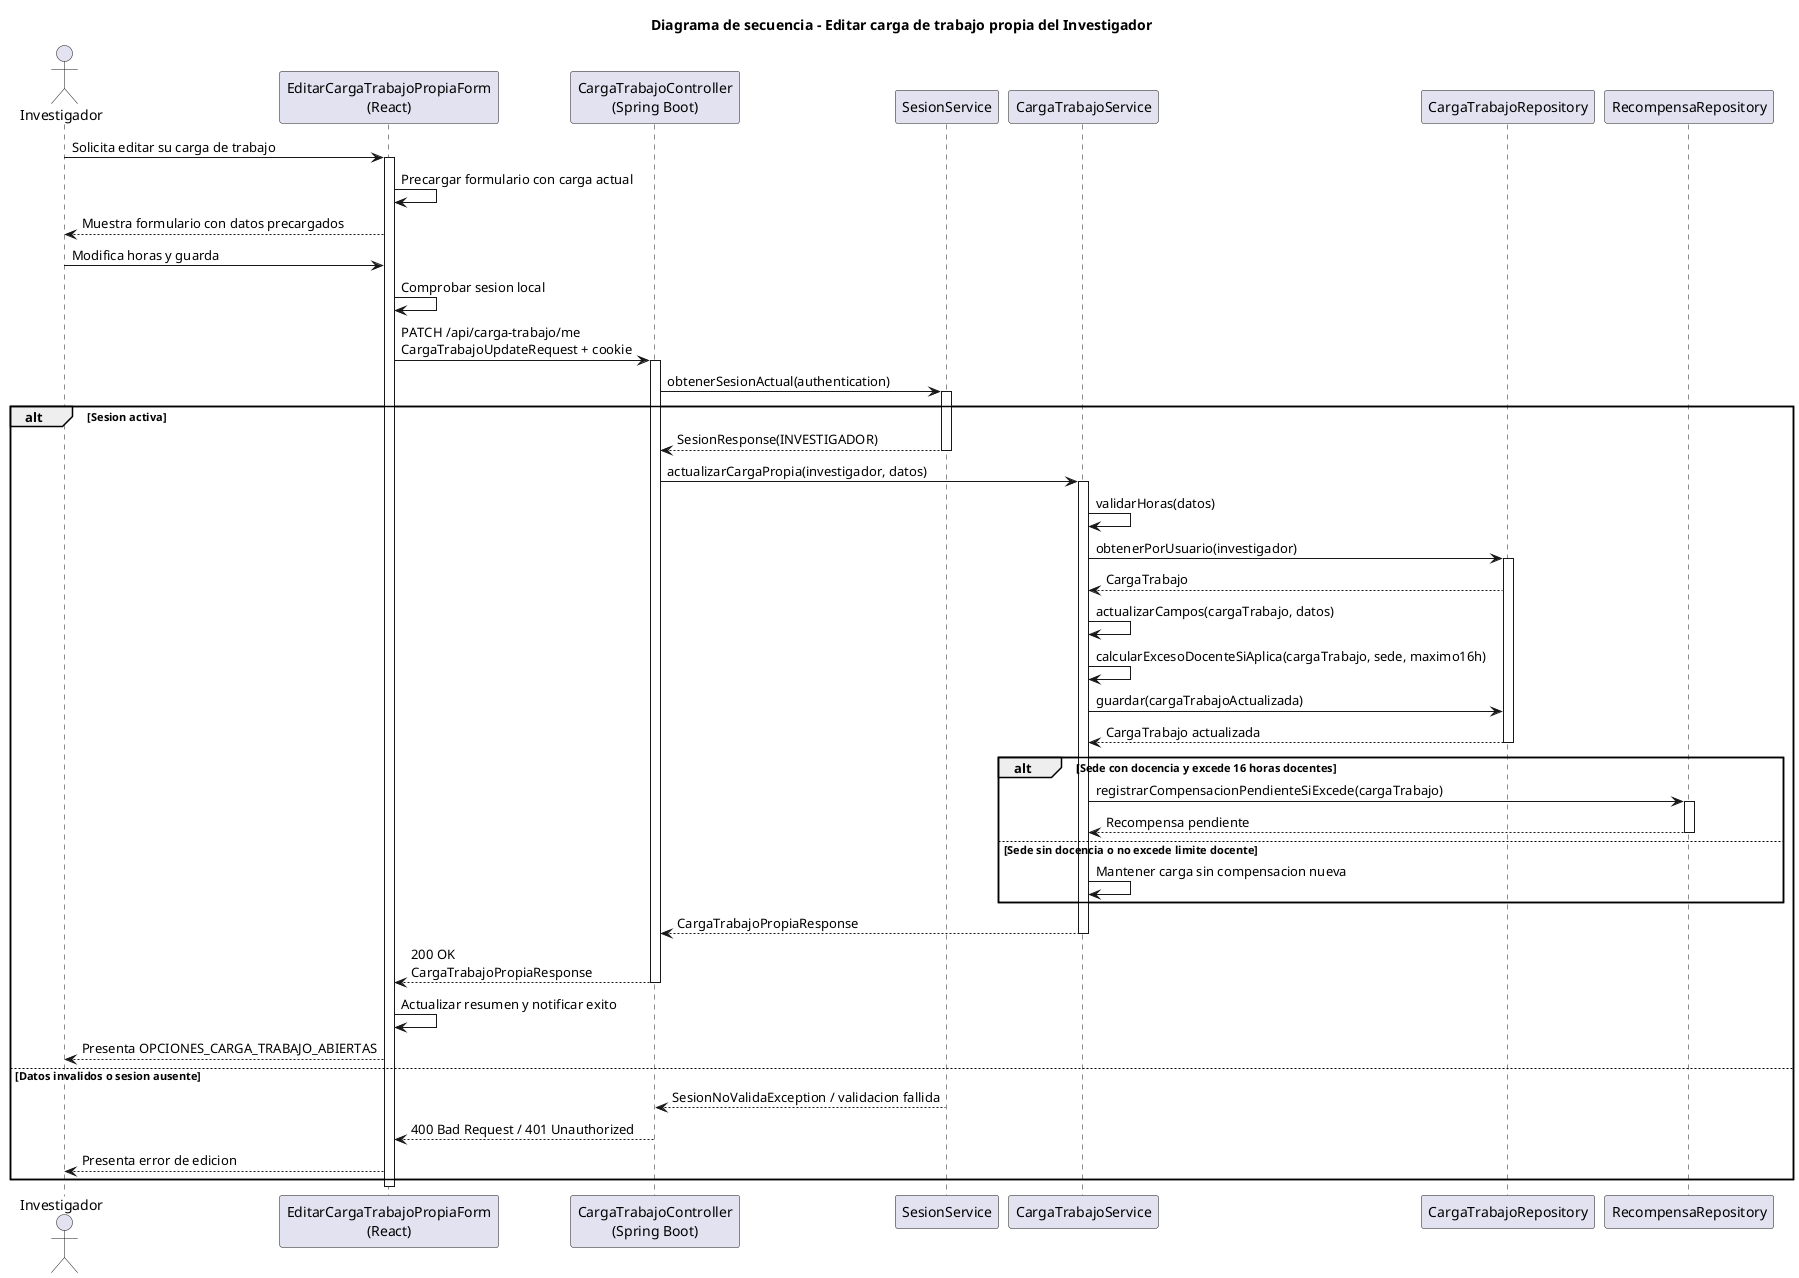
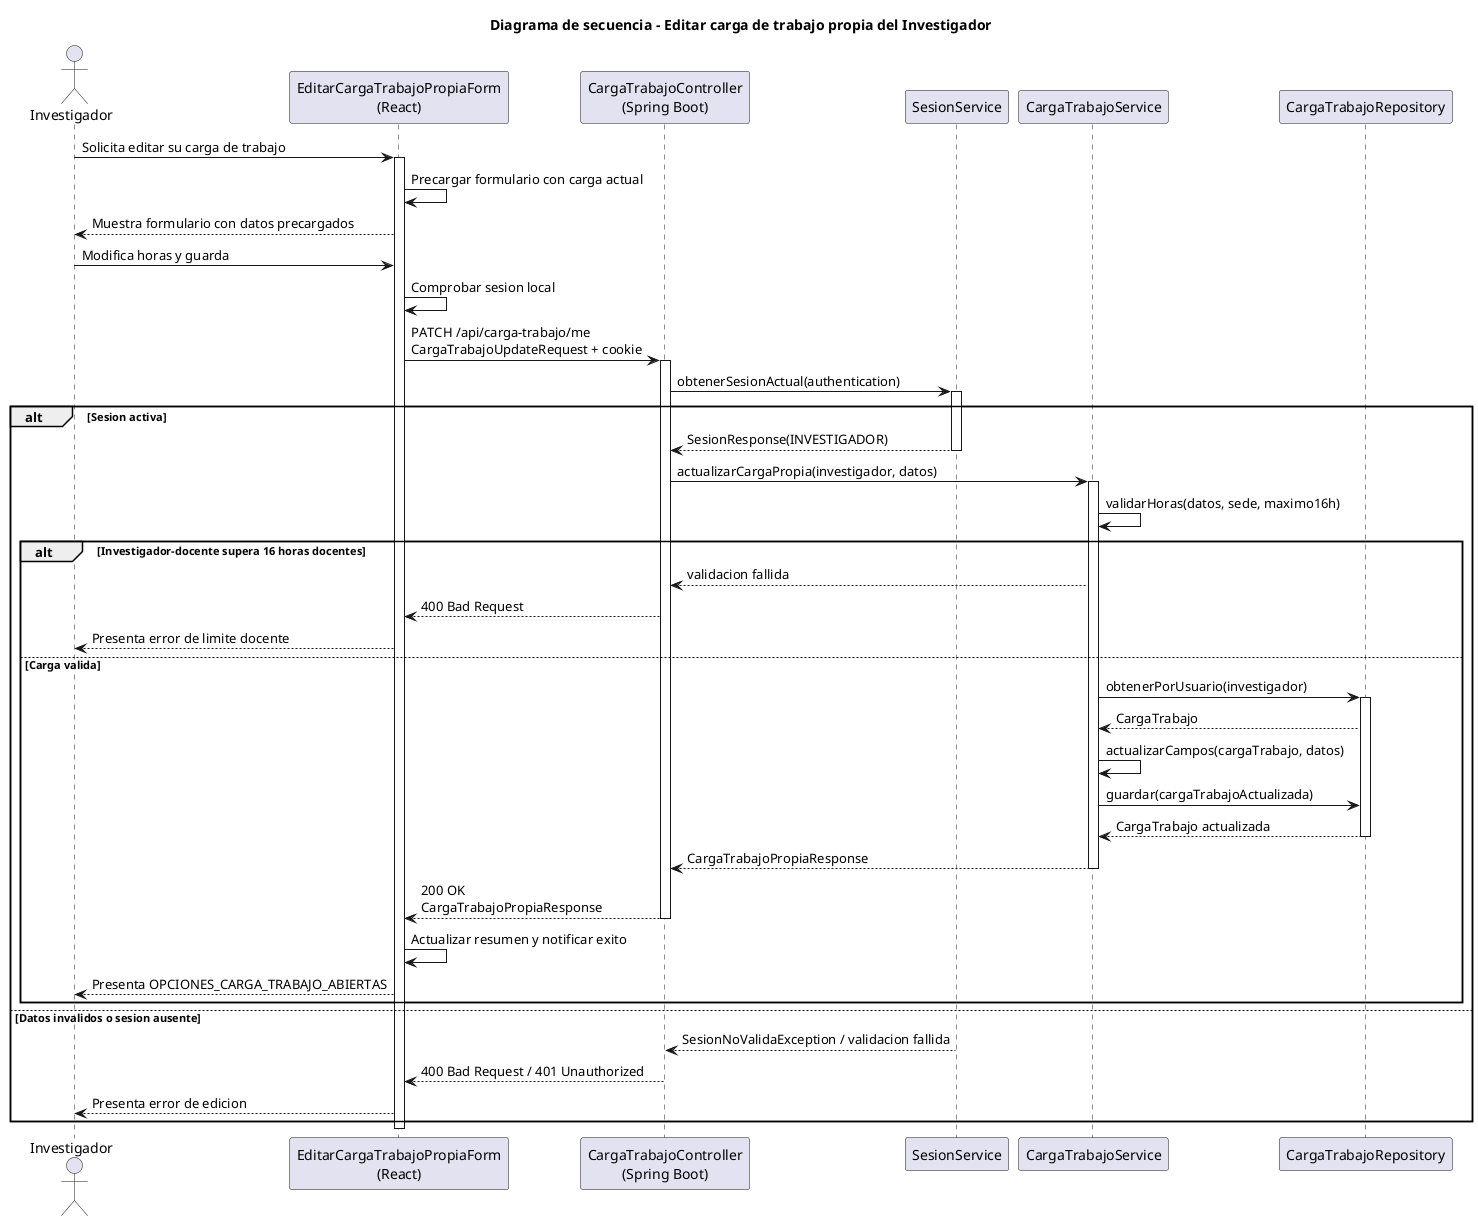
@startuml editarCargaTrabajo-investigador-diseno
title Diagrama de secuencia - Editar carga de trabajo propia del Investigador

actor Investigador
participant "EditarCargaTrabajoPropiaForm\n(React)" as Frontend
participant "CargaTrabajoController\n(Spring Boot)" as Api
participant "SesionService" as Sesion
participant "CargaTrabajoService" as Service
participant "CargaTrabajoRepository" as CargaRepo
- participant "RecompensaRepository" as RecompensaRepo

Investigador -> Frontend: Solicita editar su carga de trabajo
activate Frontend
Frontend -> Frontend: Precargar formulario con carga actual
Frontend --> Investigador: Muestra formulario con datos precargados
Investigador -> Frontend: Modifica horas y guarda
Frontend -> Frontend: Comprobar sesion local
Frontend -> Api: PATCH /api/carga-trabajo/me\nCargaTrabajoUpdateRequest + cookie
activate Api
Api -> Sesion: obtenerSesionActual(authentication)
activate Sesion
alt Sesion activa
    Sesion --> Api: SesionResponse(INVESTIGADOR)
    deactivate Sesion
    Api -> Service: actualizarCargaPropia(investigador, datos)
    activate Service
-     Service -> Service: validarHoras(datos)
-     Service -> CargaRepo: obtenerPorUsuario(investigador)
-     activate CargaRepo
-     CargaRepo --> Service: CargaTrabajo
-     Service -> Service: actualizarCampos(cargaTrabajo, datos)
-     Service -> Service: calcularExcesoDocenteSiAplica(cargaTrabajo, sede, maximo16h)
-     Service -> CargaRepo: guardar(cargaTrabajoActualizada)
-     CargaRepo --> Service: CargaTrabajo actualizada
-     deactivate CargaRepo
-     alt Sede con docencia y excede 16 horas docentes
-         Service -> RecompensaRepo: registrarCompensacionPendienteSiExcede(cargaTrabajo)
-         activate RecompensaRepo
-         RecompensaRepo --> Service: Recompensa pendiente
-         deactivate RecompensaRepo
-     else Sede sin docencia o no excede limite docente
-         Service -> Service: Mantener carga sin compensacion nueva
+     Service -> Service: validarHoras(datos, sede, maximo16h)
+     alt Investigador-docente supera 16 horas docentes
+         Service --> Api: validacion fallida
+         Api --> Frontend: 400 Bad Request
+         Frontend --> Investigador: Presenta error de limite docente
+     else Carga valida
+         Service -> CargaRepo: obtenerPorUsuario(investigador)
+         activate CargaRepo
+         CargaRepo --> Service: CargaTrabajo
+         Service -> Service: actualizarCampos(cargaTrabajo, datos)
+         Service -> CargaRepo: guardar(cargaTrabajoActualizada)
+         CargaRepo --> Service: CargaTrabajo actualizada
+         deactivate CargaRepo
+         Service --> Api: CargaTrabajoPropiaResponse
+         deactivate Service
+         Api --> Frontend: 200 OK\nCargaTrabajoPropiaResponse
+         deactivate Api
+         Frontend -> Frontend: Actualizar resumen y notificar exito
+         Frontend --> Investigador: Presenta OPCIONES_CARGA_TRABAJO_ABIERTAS
    end
-     Service --> Api: CargaTrabajoPropiaResponse
-     deactivate Service
-     Api --> Frontend: 200 OK\nCargaTrabajoPropiaResponse
-     deactivate Api
-     Frontend -> Frontend: Actualizar resumen y notificar exito
-     Frontend --> Investigador: Presenta OPCIONES_CARGA_TRABAJO_ABIERTAS
else Datos invalidos o sesion ausente
    Sesion --> Api: SesionNoValidaException / validacion fallida
    deactivate Sesion
    Api --> Frontend: 400 Bad Request / 401 Unauthorized
    deactivate Api
    Frontend --> Investigador: Presenta error de edicion
end
deactivate Frontend
@enduml
